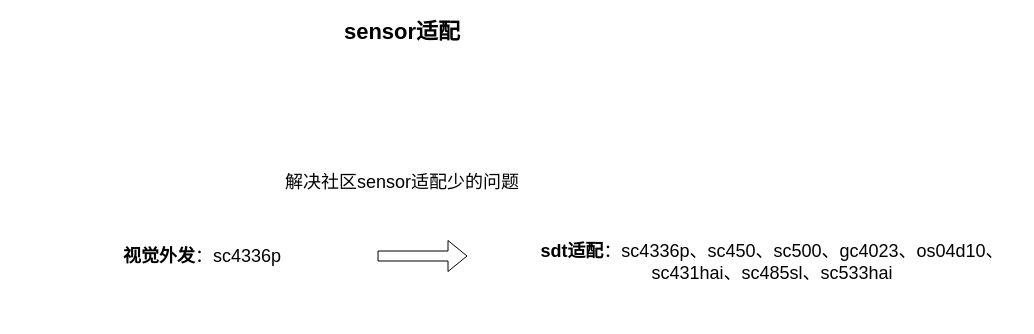
Above: page "第 6 页" (4 of 7) of 未命名绘图.drawio in halfmonth/record (draw.io), before the change. Source tidied: cells renumbered, new cells numbered last; positions are measured from the earlier drawing's top-left corner, leaving out a move shared by most shapes. Both pictures are drawn from the tidied source at 100%, with x=0, y=0 at pixel (17, 17).
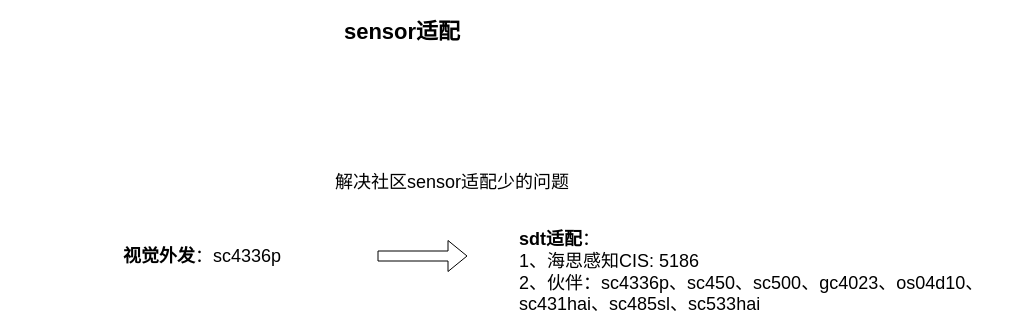
After the change.

Change to the diagram source:
```diff
@@
 <mxGraphModel>
   <root>
     <mxCell id="0" />
     <mxCell id="1" parent="0" />
     <mxCell id="2" value="&lt;font&gt;&lt;b&gt;视觉外发&lt;/b&gt;：sc4336p&lt;/font&gt;" style="text;html=1;whiteSpace=wrap;strokeColor=none;fillColor=none;align=center;verticalAlign=middle;rounded=0;fontSize=18;" parent="1" vertex="1">
       <mxGeometry y="224" width="370" height="30" as="geometry" />
     </mxCell>
-    <mxCell id="3" value="&lt;font&gt;&lt;b&gt;sdt适配&lt;/b&gt;：sc4336p、sc450、sc500、gc4023、os04d10、sc431hai、&lt;font&gt;sc485sl、sc533hai&lt;/font&gt;&lt;/font&gt;" style="text;html=1;whiteSpace=wrap;strokeColor=none;fillColor=none;align=center;verticalAlign=middle;rounded=0;fontSize=18;" parent="1" vertex="1">
-      <mxGeometry x="510" y="230" width="490" height="30" as="geometry" />
+    <mxCell id="3" value="&lt;font&gt;&lt;b&gt;sdt适配&lt;/b&gt;：&lt;/font&gt;&lt;div&gt;&lt;font&gt;1、海思感知CIS: 5186&lt;/font&gt;&lt;/div&gt;&lt;div&gt;&lt;font&gt;2、伙伴：sc4336p、sc450、sc500、gc4023、os04d10、sc431hai、&lt;font&gt;sc485sl、sc533hai&lt;/font&gt;&lt;/font&gt;&lt;/div&gt;" style="text;html=1;whiteSpace=wrap;strokeColor=none;fillColor=none;align=left;verticalAlign=middle;rounded=0;fontSize=18;" parent="1" vertex="1">
+      <mxGeometry x="500" y="210" width="490" height="90" as="geometry" />
     </mxCell>
     <mxCell id="4" value="&lt;span style=&quot;font-size: 18px;&quot;&gt;解决社区sensor适配少的问题&lt;/span&gt;" style="text;html=1;whiteSpace=wrap;strokeColor=none;fillColor=none;align=center;verticalAlign=middle;rounded=0;" parent="1" vertex="1">
-      <mxGeometry x="200" y="150" width="370" height="30" as="geometry" />
+      <mxGeometry x="250" y="150" width="370" height="30" as="geometry" />
     </mxCell>
     <mxCell id="5" value="&lt;font style=&quot;font-size: 22px;&quot;&gt;&lt;b&gt;sensor适配&lt;/b&gt;&lt;/font&gt;" style="text;html=1;whiteSpace=wrap;strokeColor=none;fillColor=none;align=center;verticalAlign=middle;rounded=0;" parent="1" vertex="1">
       <mxGeometry x="200" width="370" height="30" as="geometry" />
     </mxCell>
     <mxCell id="6" style="shape=flexArrow;endArrow=classic;html=1;rounded=0;" parent="1" edge="1">
       <mxGeometry relative="1" as="geometry">
         <mxPoint x="360" y="238.5" as="sourcePoint" />
         <mxPoint x="450" y="238.5" as="targetPoint" />
       </mxGeometry>
     </mxCell>
   </root>
 </mxGraphModel>
```
